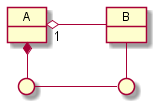
The PlantUML diagram Imagens/modelos-08/mod08ima01/mod08ima01.png in kyriosdata/oo, before a commit.
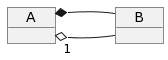
After the change.

What changed in the source:
```diff
@@ -1,12 +1,7 @@
-@startuml mod07ima06
-skinparam Linetype ortho
+@startuml
 object "   A   " as aa
 object "   B   " as bb
-circle " " as cc
-circle " " as dd
 left to right direction
 aa "1" o-- bb
-aa *-right- cc
-cc -- dd
-dd -left- bb
+aa *-- bb
 @enduml
```
